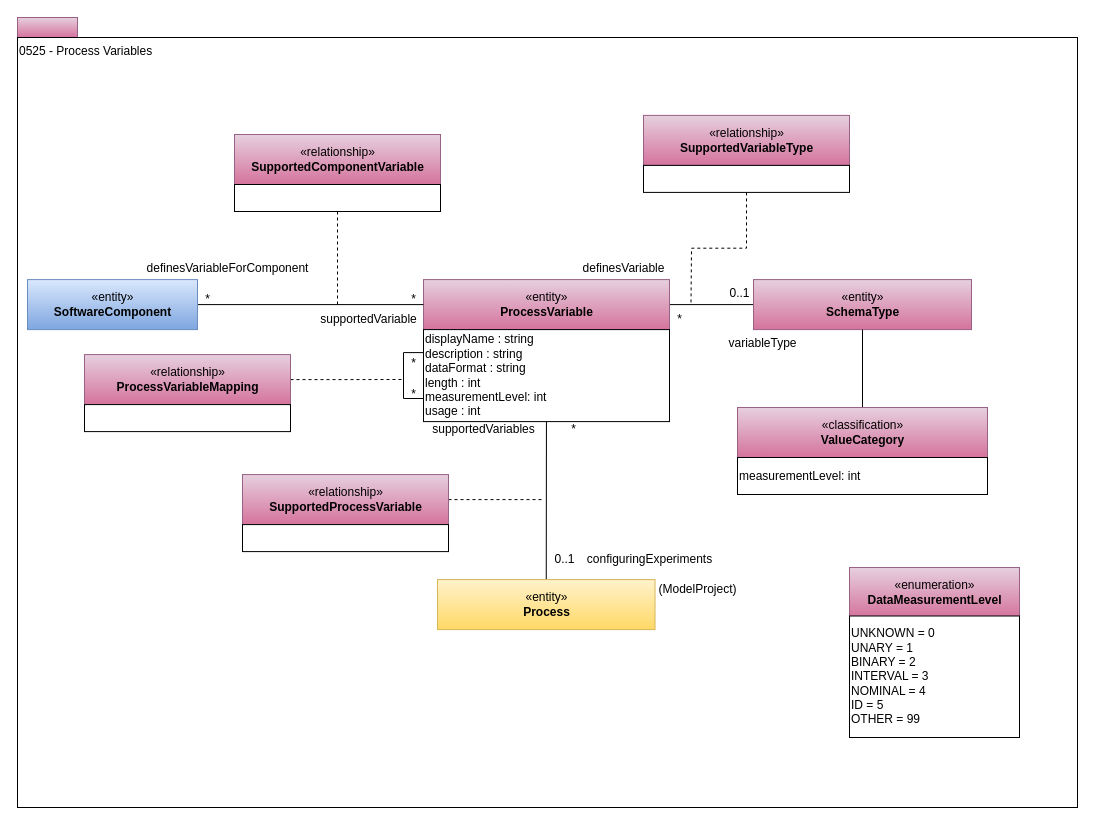
odpi/egeria keeps this draw.io diagram as page "0525-Process-Variables" (10 of 27) of open-metadata-publication/website/open-metadata-types/area-5-models-and-schema.drawio. Above is the earlier version. Source tidied: cells renumbered, new cells numbered last; positions are measured from the earlier drawing's top-left corner, leaving out a move shared by most shapes. Both pictures are drawn from the tidied source at 100%, with x=0, y=0 at pixel (17, 17).
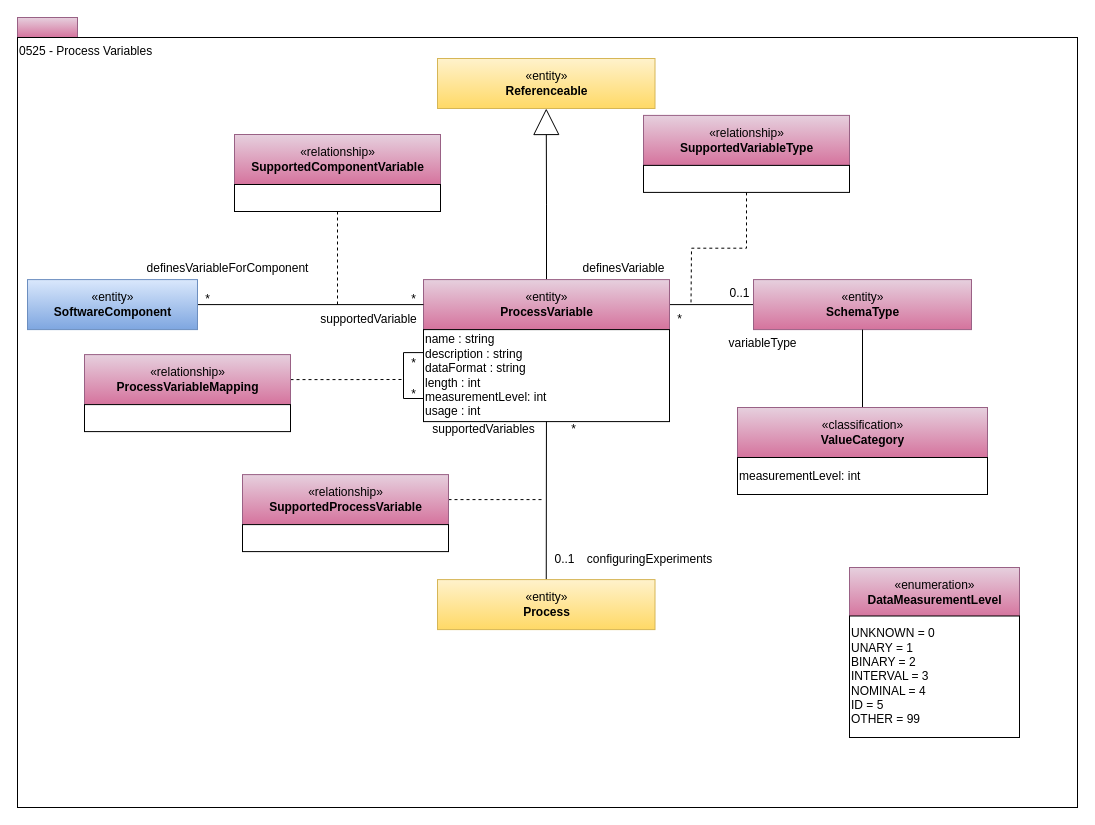
The same diagram, later.

Unchanged cells that the change refers to:
```xml
<mxCell id="5" value="«entity»&lt;br&gt;&lt;b&gt;ProcessVariable&lt;/b&gt;" style="html=1;strokeColor=#996185;align=center;fillColor=#e6d0de;gradientColor=#d5739d;" parent="1" vertex="1">
  <mxGeometry x="406" y="262.1" width="246" height="50" as="geometry" />
</mxCell>
```

What changed in the source:
```diff
@@
+    <mxCell id="45" style="edgeStyle=orthogonalEdgeStyle;rounded=0;jettySize=auto;html=1;entryX=0.5;entryY=1;entryDx=0;entryDy=0;endArrow=block;endFill=0;endSize=24;" parent="1" edge="1" source="5" target="46">
+      <mxGeometry relative="1" as="geometry" />
+    </mxCell>
@@
-    <mxCell id="6" value="displayName : string&lt;br&gt;description : string&lt;br&gt;dataFormat : string&lt;br&gt;length : int&lt;br&gt;measurementLevel: int&lt;br&gt;usage : int&lt;br&gt;&lt;div style=&quot;text-align: left&quot;&gt;&lt;/div&gt;" style="rounded=0;whiteSpace=wrap;html=1;strokeColor=#000000;gradientColor=#ffffff;align=left;" parent="1" vertex="1">
+    <mxCell id="6" value="name : string&lt;br&gt;description : string&lt;br&gt;dataFormat : string&lt;br&gt;length : int&lt;br&gt;measurementLevel: int&lt;br&gt;usage : int&lt;br&gt;&lt;div style=&quot;text-align: left&quot;&gt;&lt;/div&gt;" style="rounded=0;whiteSpace=wrap;html=1;strokeColor=#000000;gradientColor=#ffffff;align=left;" parent="1" vertex="1">
       <mxGeometry x="406" y="312.1" width="246" height="92" as="geometry" />
     </mxCell>
@@
-    <mxCell id="14" value="(ModelProject)" style="text;html=1;align=center;verticalAlign=middle;" parent="1" vertex="1">
-      <mxGeometry x="635" y="562.1" width="90" height="20" as="geometry" />
-    </mxCell>
@@
+    <mxCell id="46" value="«entity»&lt;br&gt;&lt;b&gt;Referenceable&lt;/b&gt;" style="html=1;strokeColor=#d6b656;align=center;fillColor=#fff2cc;gradientColor=#ffd966;" parent="1" vertex="1">
+      <mxGeometry x="420" y="41" width="217.5" height="50" as="geometry" />
+    </mxCell>
```
